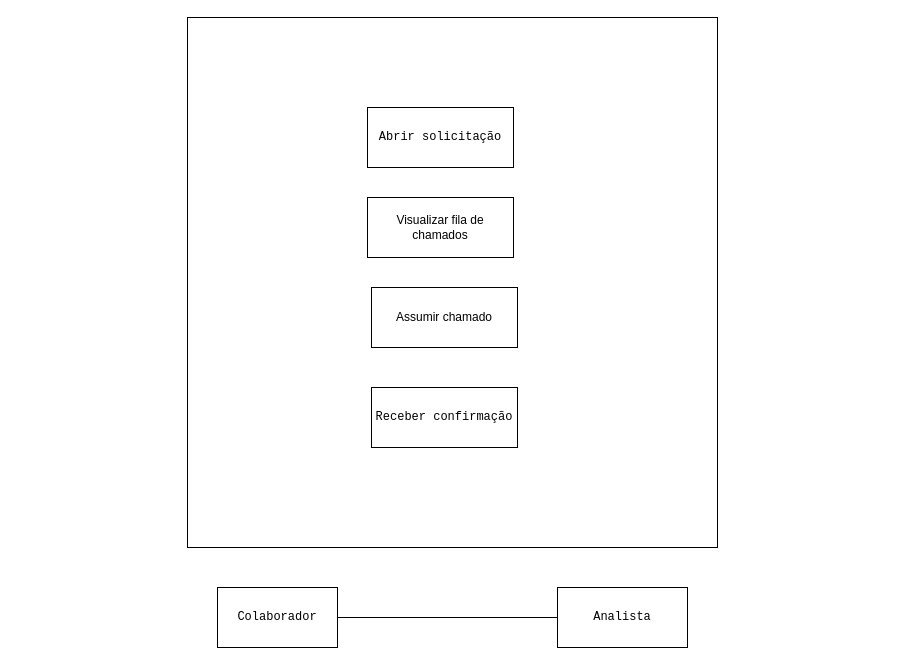
This is page "Página-1" (1 of 2) of docs/E05/AS5 - DIAGRAMA DE CASOS DE USO.drawio from Canadensuh/HelpIA, a draw.io file, before an edit. Source tidied: cells renumbered, new cells numbered last; positions are measured from the earlier drawing's top-left corner, leaving out a move shared by most shapes. Both pictures are drawn from the tidied source at 100%, with x=0, y=0 at pixel (187, 17).
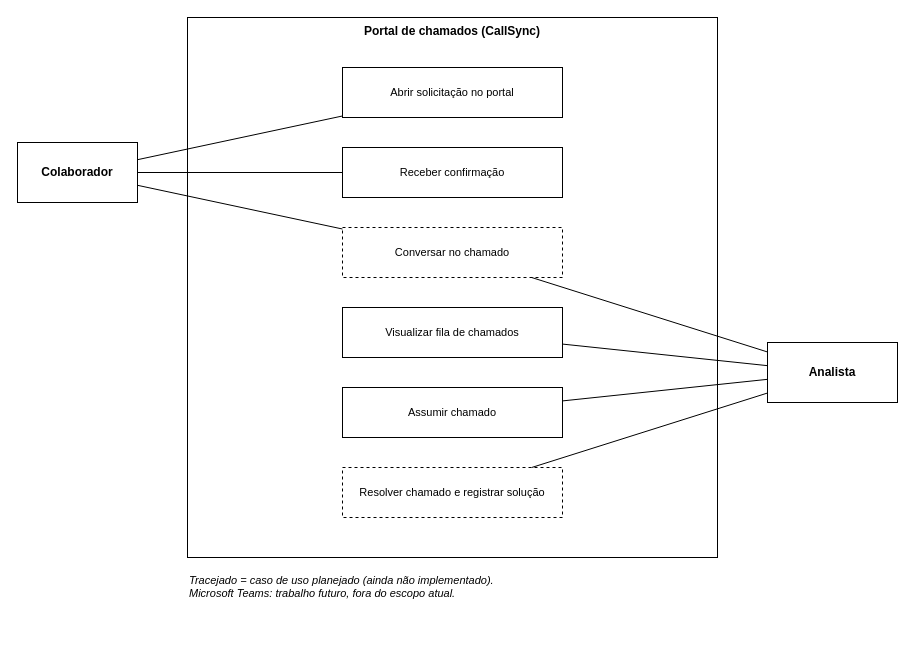
After the change.

Commit message (it also covers changes not shown here):
docs: registra mudança de escopo de Teams para portal de chamados

Change to the diagram source:
```diff
@@
 <mxGraphModel>
   <root>
     <mxCell id="0" />
     <mxCell id="1" parent="0" />
-    <mxCell id="2" style="whiteSpace=wrap;html=1;" parent="1" vertex="1">
-      <mxGeometry width="530" height="530" as="geometry" />
-    </mxCell>
-    <mxCell id="3" value="&lt;pre&gt;&lt;span&gt;Abrir solicitação&lt;/span&gt;&lt;/pre&gt;" style="rounded=0;whiteSpace=wrap;html=1;" parent="1" vertex="1">
-      <mxGeometry x="180" y="90" width="146" height="60" as="geometry" />
-    </mxCell>
+    <mxCell id="10" value="Portal de chamados (CallSync)" style="whiteSpace=wrap;html=1;verticalAlign=top;fontStyle=1;fontSize=12;" parent="1" vertex="1">
+      <mxGeometry width="530" height="540" as="geometry" />
+    </mxCell>
+    <mxCell id="11" value="Abrir solicitação no portal" style="rounded=0;whiteSpace=wrap;html=1;fontSize=11;" parent="1" vertex="1">
+      <mxGeometry x="155" y="50" width="220" height="50" as="geometry" />
+    </mxCell>
+    <mxCell id="6" value="Receber confirmação" style="rounded=0;whiteSpace=wrap;html=1;fontSize=11;" parent="1" vertex="1">
+      <mxGeometry x="155" y="130" width="220" height="50" as="geometry" />
+    </mxCell>
+    <mxCell id="12" value="Conversar no chamado" style="rounded=0;whiteSpace=wrap;html=1;fontSize=11;dashed=1;" parent="1" vertex="1">
+      <mxGeometry x="155" y="210" width="220" height="50" as="geometry" />
+    </mxCell>
-    <mxCell id="4" value="Visualizar fila de chamados" style="rounded=0;whiteSpace=wrap;html=1;" parent="1" vertex="1">
-      <mxGeometry x="180" y="180" width="146" height="60" as="geometry" />
+    <mxCell id="4" value="Visualizar fila de chamados" style="rounded=0;whiteSpace=wrap;html=1;fontSize=11;" parent="1" vertex="1">
+      <mxGeometry x="155" y="290" width="220" height="50" as="geometry" />
     </mxCell>
-    <mxCell id="5" value="Assumir chamado" style="rounded=0;whiteSpace=wrap;html=1;" parent="1" vertex="1">
-      <mxGeometry x="184" y="270" width="146" height="60" as="geometry" />
+    <mxCell id="5" value="Assumir chamado" style="rounded=0;whiteSpace=wrap;html=1;fontSize=11;" parent="1" vertex="1">
+      <mxGeometry x="155" y="370" width="220" height="50" as="geometry" />
     </mxCell>
-    <mxCell id="6" value="&lt;pre&gt;&lt;span&gt;Receber confirmação&lt;/span&gt;&lt;/pre&gt;" style="rounded=0;whiteSpace=wrap;html=1;" parent="1" vertex="1">
-      <mxGeometry x="184" y="370" width="146" height="60" as="geometry" />
-    </mxCell>
+    <mxCell id="13" value="Resolver chamado e registrar solução" style="rounded=0;whiteSpace=wrap;html=1;fontSize=11;dashed=1;" parent="1" vertex="1">
+      <mxGeometry x="155" y="450" width="220" height="50" as="geometry" />
+    </mxCell>
+    <mxCell id="8" value="Colaborador" style="rounded=0;whiteSpace=wrap;html=1;fontStyle=1;" parent="1" vertex="1">
+      <mxGeometry x="-170" y="125" width="120" height="60" as="geometry" />
+    </mxCell>
-    <mxCell id="7" value="&lt;pre&gt;&lt;span&gt;Analista&lt;/span&gt;&lt;/pre&gt;" style="rounded=0;whiteSpace=wrap;html=1;" parent="1" vertex="1">
-      <mxGeometry x="370" y="570" width="130" height="60" as="geometry" />
+    <mxCell id="7" value="Analista" style="rounded=0;whiteSpace=wrap;html=1;fontStyle=1;" parent="1" vertex="1">
+      <mxGeometry x="580" y="325" width="130" height="60" as="geometry" />
     </mxCell>
-    <mxCell id="8" value="&lt;pre&gt;&lt;span&gt;Colaborador&lt;/span&gt;&lt;/pre&gt;" style="rounded=0;whiteSpace=wrap;html=1;" parent="1" vertex="1">
-      <mxGeometry x="30" y="570" width="120" height="60" as="geometry" />
-    </mxCell>
-    <mxCell id="9" style="endArrow=none;html=1;rounded=0;entryX=0;entryY=0.5;entryDx=0;entryDy=0;exitX=1;exitY=0.5;exitDx=0;exitDy=0;" parent="1" edge="1" source="8" target="7">
-      <mxGeometry relative="1" as="geometry" />
-    </mxCell>
+    <mxCell id="14" style="endArrow=none;html=1;rounded=0;" parent="1" edge="1" source="8" target="11">
+      <mxGeometry relative="1" as="geometry" />
+    </mxCell>
+    <mxCell id="15" style="endArrow=none;html=1;rounded=0;" parent="1" edge="1" source="8" target="6">
+      <mxGeometry relative="1" as="geometry" />
+    </mxCell>
+    <mxCell id="16" style="endArrow=none;html=1;rounded=0;" parent="1" edge="1" source="8" target="12">
+      <mxGeometry relative="1" as="geometry" />
+    </mxCell>
+    <mxCell id="17" style="endArrow=none;html=1;rounded=0;" parent="1" edge="1" source="7" target="12">
+      <mxGeometry relative="1" as="geometry" />
+    </mxCell>
+    <mxCell id="18" style="endArrow=none;html=1;rounded=0;" parent="1" edge="1" source="7" target="4">
+      <mxGeometry relative="1" as="geometry" />
+    </mxCell>
+    <mxCell id="19" style="endArrow=none;html=1;rounded=0;" parent="1" edge="1" source="7" target="5">
+      <mxGeometry relative="1" as="geometry" />
+    </mxCell>
+    <mxCell id="20" style="endArrow=none;html=1;rounded=0;" parent="1" edge="1" source="7" target="13">
+      <mxGeometry relative="1" as="geometry" />
+    </mxCell>
+    <mxCell id="21" value="Tracejado = caso de uso planejado (ainda não implementado).&lt;br&gt;Microsoft Teams: trabalho futuro, fora do escopo atual." style="text;html=1;whiteSpace=wrap;align=left;verticalAlign=top;fontSize=11;fontStyle=2;" parent="1" vertex="1">
+      <mxGeometry y="550" width="530" height="50" as="geometry" />
+    </mxCell>
   </root>
 </mxGraphModel>
```
